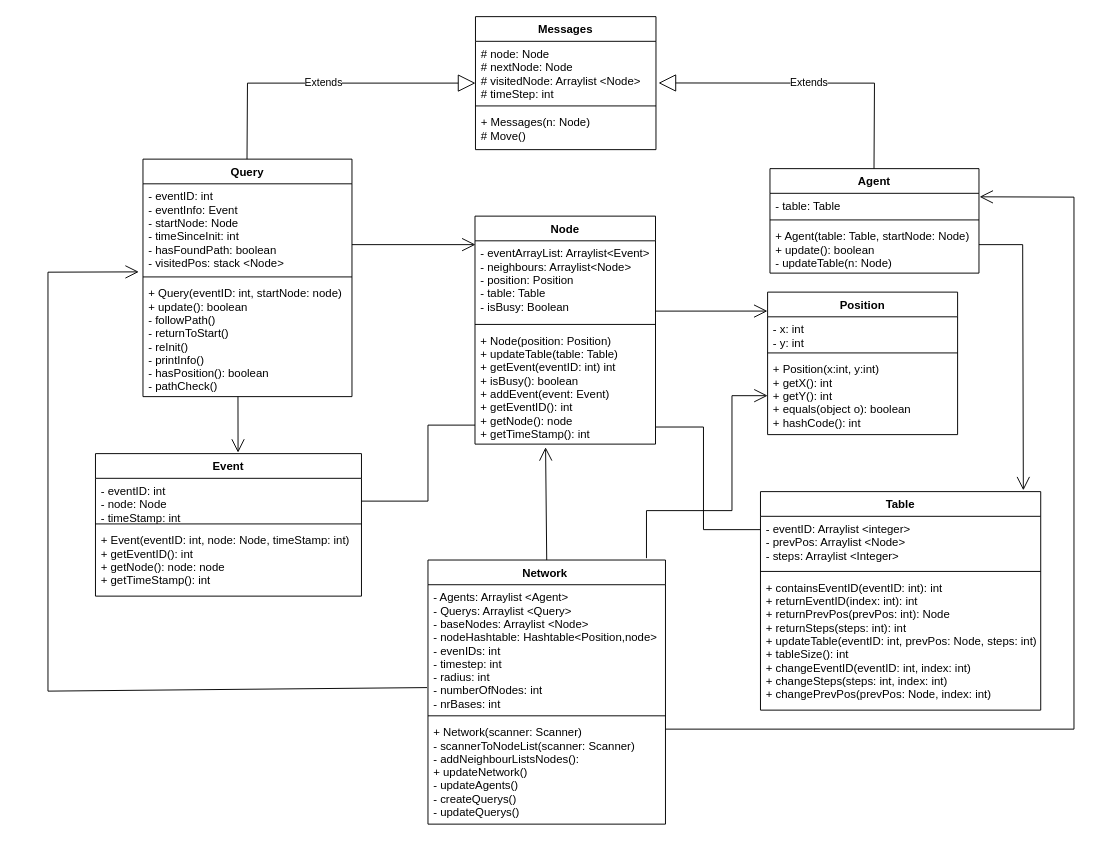
Above: try2.drawio in linusGillarC/matLab (draw.io), before the change. Source tidied: cells renumbered, new cells numbered last; positions are measured from the earlier drawing's top-left corner, leaving out a move shared by most shapes. Both pictures are drawn from the tidied source at 95%, with x=0, y=0 at pixel (48, 16).
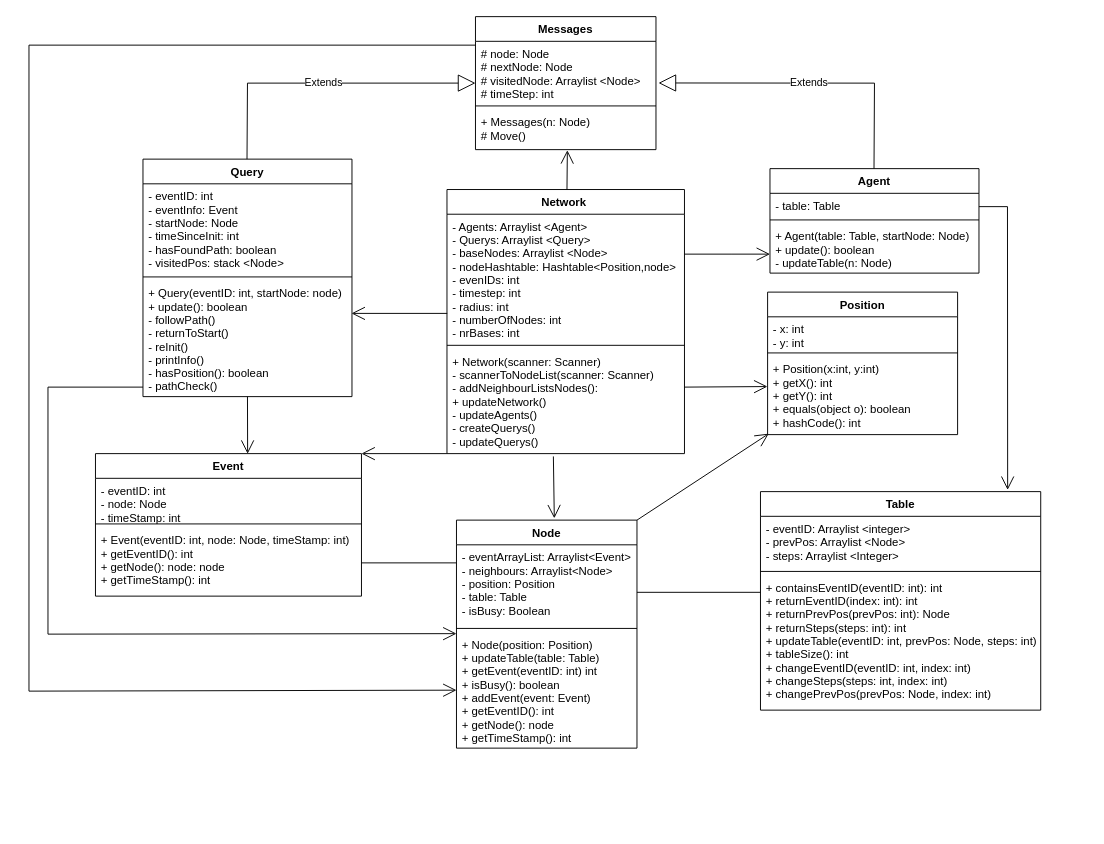
The same page after the edit.

The change refers to these unchanged cells:
```xml
<mxCell id="3" value="# node: Node&#10;# nextNode: Node&#10;# visitedNode: Arraylist &lt;Node&gt;&#10;# timeStep: int&#10;&#10;&#10;" style="text;strokeColor=none;fillColor=none;align=left;verticalAlign=top;spacingLeft=4;spacingRight=4;overflow=hidden;points=[[0,0.5],[1,0.5]];portConstraint=eastwest;" parent="2" vertex="1">
  <mxGeometry y="26" width="190" height="64" as="geometry" />
</mxCell>
<mxCell id="5" value="+ Messages(n: Node)&#10;# Move()&#10;" style="text;strokeColor=none;fillColor=none;align=left;verticalAlign=top;spacingLeft=4;spacingRight=4;overflow=hidden;points=[[0,0.5],[1,0.5]];portConstraint=eastwest;" parent="2" vertex="1">
  <mxGeometry y="98" width="190" height="42" as="geometry" />
</mxCell>
<mxCell id="6" value="Query" style="swimlane;fontStyle=1;align=center;verticalAlign=top;horizontal=1;startSize=26;" parent="1" vertex="1">
  <mxGeometry x="100" y="150" width="220" height="250" as="geometry" />
</mxCell>
<mxCell id="7" value="- eventID: int&#10;- eventInfo: Event&#10;- startNode: Node&#10;- timeSinceInit: int&#10;- hasFoundPath: boolean&#10;- visitedPos: stack &lt;Node&gt;&#10;&#10;" style="text;strokeColor=none;fillColor=none;align=left;verticalAlign=top;spacingLeft=4;spacingRight=4;overflow=hidden;points=[[0,0.5],[1,0.5]];portConstraint=eastwest;" parent="6" vertex="1">
  <mxGeometry y="26" width="220" height="94" as="geometry" />
</mxCell>
<mxCell id="9" value="+ Query(eventID: int, startNode: node)&#10;+ update(): boolean&#10;- followPath()&#10;- returnToStart()&#10;- reInit()&#10;- printInfo()&#10;- hasPosition(): boolean&#10;- pathCheck()&#10;&#10;&#10;" style="text;strokeColor=none;fillColor=none;align=left;verticalAlign=top;spacingLeft=4;spacingRight=4;overflow=hidden;points=[[0,0.5],[1,0.5]];portConstraint=eastwest;" parent="6" vertex="1">
  <mxGeometry y="128" width="220" height="122" as="geometry" />
</mxCell>
<mxCell id="11" value="- table: Table" style="text;strokeColor=none;fillColor=none;align=left;verticalAlign=top;spacingLeft=4;spacingRight=4;overflow=hidden;points=[[0,0.5],[1,0.5]];portConstraint=eastwest;" parent="10" vertex="1">
  <mxGeometry y="26" width="220" height="24" as="geometry" />
</mxCell>
<mxCell id="14" value="Event" style="swimlane;fontStyle=1;align=center;verticalAlign=top;horizontal=1;startSize=26;" parent="1" vertex="1">
  <mxGeometry x="50" y="460" width="280" height="150" as="geometry" />
</mxCell>
<mxCell id="18" value="Position" style="swimlane;fontStyle=1;align=center;verticalAlign=top;horizontal=1;startSize=26;" parent="1" vertex="1">
  <mxGeometry x="757.5" y="290" width="200" height="150" as="geometry" />
</mxCell>
<mxCell id="21" value="+ Position(x:int, y:int)&#10;+ getX(): int&#10;+ getY(): int&#10;+ equals(object o): boolean&#10;+ hashCode(): int" style="text;strokeColor=none;fillColor=none;align=left;verticalAlign=top;spacingLeft=4;spacingRight=4;overflow=hidden;points=[[0,0.5],[1,0.5]];portConstraint=eastwest;" parent="18" vertex="1">
  <mxGeometry y="68" width="200" height="82" as="geometry" />
</mxCell>
<mxCell id="25" value="+ Node(position: Position)&#10;+ updateTable(table: Table)&#10;+ getEvent(eventID: int) int&#10;+ isBusy(): boolean&#10;+ addEvent(event: Event) &#10;+ getEventID(): int&#10;+ getNode(): node&#10;+ getTimeStamp(): int" style="text;strokeColor=none;fillColor=none;align=left;verticalAlign=top;spacingLeft=4;spacingRight=4;overflow=hidden;points=[[0,0.5],[1,0.5]];portConstraint=eastwest;" parent="22" vertex="1">
  <mxGeometry y="118" width="190" height="122" as="geometry" />
</mxCell>
<mxCell id="26" value="Table" style="swimlane;fontStyle=1;align=center;verticalAlign=top;horizontal=1;startSize=26;" parent="1" vertex="1">
  <mxGeometry x="750" y="500" width="295" height="230" as="geometry" />
</mxCell>
<mxCell id="31" value="- Agents: Arraylist &lt;Agent&gt;&#10;- Querys: Arraylist &lt;Query&gt;&#10;- baseNodes: Arraylist &lt;Node&gt;&#10;- nodeHashtable: Hashtable&lt;Position,node&gt;&#10;- evenIDs: int&#10;- timestep: int&#10;- radius: int&#10;- numberOfNodes: int&#10;- nrBases: int" style="text;strokeColor=none;fillColor=none;align=left;verticalAlign=top;spacingLeft=4;spacingRight=4;overflow=hidden;points=[[0,0.5],[1,0.5]];portConstraint=eastwest;" parent="30" vertex="1">
  <mxGeometry y="26" width="250" height="134" as="geometry" />
</mxCell>
<mxCell id="33" value="+ Network(scanner: Scanner)&#10;- scannerToNodeList(scanner: Scanner)&#10;- addNeighbourListsNodes():&#10;+ updateNetwork()&#10;- updateAgents()&#10;- createQuerys()&#10;- updateQuerys()" style="text;strokeColor=none;fillColor=none;align=left;verticalAlign=top;spacingLeft=4;spacingRight=4;overflow=hidden;points=[[0,0.5],[1,0.5]];portConstraint=eastwest;" parent="30" vertex="1">
  <mxGeometry y="168" width="250" height="110" as="geometry" />
</mxCell>
```

The edit, as a diff of the source:
```diff
@@
     <mxCell id="22" value="Node" style="swimlane;fontStyle=1;align=center;verticalAlign=top;horizontal=1;startSize=26;" parent="1" vertex="1">
-      <mxGeometry x="449.5" y="210" width="190" height="240" as="geometry" />
+      <mxGeometry x="430" y="530" width="190" height="240" as="geometry" />
     </mxCell>
@@
     <mxCell id="30" value="Network " style="swimlane;fontStyle=1;align=center;verticalAlign=top;horizontal=1;startSize=26;" parent="1" vertex="1">
-      <mxGeometry x="400" y="572" width="250" height="278" as="geometry" />
+      <mxGeometry x="420" y="182" width="250" height="278" as="geometry" />
     </mxCell>
@@
-    <mxCell id="36" style="endArrow=open;endFill=1;endSize=12;html=1;rounded=0;entryX=0;entryY=0.5;entryDx=0;entryDy=0;" parent="1" edge="1" target="21">
-      <mxGeometry relative="1" as="geometry">
-        <mxPoint x="630" y="570" as="sourcePoint" />
-        <Array as="points">
-          <mxPoint x="630" y="520" />
-          <mxPoint x="720" y="520" />
-          <mxPoint x="720" y="399" />
-        </Array>
-      </mxGeometry>
-    </mxCell>
-    <mxCell id="37" style="endArrow=open;endFill=1;endSize=12;html=1;rounded=0;entryX=0.938;entryY=-0.006;entryDx=0;entryDy=0;entryPerimeter=0;" parent="1" edge="1" target="26">
-      <mxGeometry relative="1" as="geometry">
-        <mxPoint x="980" y="240" as="sourcePoint" />
-        <Array as="points">
-          <mxPoint x="1026" y="240" />
-        </Array>
-      </mxGeometry>
-    </mxCell>
-    <mxCell id="38" style="endArrow=open;endFill=1;endSize=12;html=1;rounded=0;exitX=-0.004;exitY=0.808;exitDx=0;exitDy=0;exitPerimeter=0;entryX=-0.02;entryY=0.986;entryDx=0;entryDy=0;entryPerimeter=0;" parent="1" edge="1" source="31" target="7">
-      <mxGeometry relative="1" as="geometry">
-        <Array as="points">
-          <mxPoint y="710" />
-          <mxPoint y="269" />
-        </Array>
-      </mxGeometry>
-    </mxCell>
-    <mxCell id="39" style="endArrow=open;endFill=1;endSize=12;html=1;rounded=0;entryX=0.536;entryY=-0.007;entryDx=0;entryDy=0;entryPerimeter=0;" parent="1" edge="1" target="14">
-      <mxGeometry relative="1" as="geometry">
-        <mxPoint x="200" y="400" as="sourcePoint" />
-      </mxGeometry>
-    </mxCell>
-    <mxCell id="40" style="endArrow=open;endFill=1;endSize=12;html=1;rounded=0;entryX=-0.001;entryY=0.133;entryDx=0;entryDy=0;entryPerimeter=0;" parent="1" edge="1" target="18">
-      <mxGeometry relative="1" as="geometry">
-        <mxPoint x="639.5" y="310" as="sourcePoint" />
-      </mxGeometry>
-    </mxCell>
-    <mxCell id="41" style="endArrow=open;endFill=1;endSize=12;html=1;rounded=0;" parent="1" edge="1">
-      <mxGeometry relative="1" as="geometry">
-        <mxPoint x="320" y="240" as="sourcePoint" />
-        <mxPoint x="450" y="240" as="targetPoint" />
-      </mxGeometry>
-    </mxCell>
-    <mxCell id="42" style="endArrow=none;html=1;edgeStyle=orthogonalEdgeStyle;rounded=0;" parent="1" edge="1">
-      <mxGeometry relative="1" as="geometry">
-        <mxPoint x="640" y="432" as="sourcePoint" />
-        <mxPoint x="750" y="540" as="targetPoint" />
-        <Array as="points">
-          <mxPoint x="690" y="432" />
-          <mxPoint x="690" y="540" />
-        </Array>
-      </mxGeometry>
-    </mxCell>
-    <mxCell id="43" style="endArrow=open;endFill=1;endSize=12;html=1;rounded=0;entryX=1.003;entryY=0.153;entryDx=0;entryDy=0;entryPerimeter=0;" parent="1" edge="1" target="11">
-      <mxGeometry relative="1" as="geometry">
-        <mxPoint x="650" y="750" as="sourcePoint" />
-        <Array as="points">
-          <mxPoint x="1080" y="750" />
-          <mxPoint x="1080" y="190" />
-        </Array>
-      </mxGeometry>
-    </mxCell>
-    <mxCell id="44" style="endArrow=open;endFill=1;endSize=12;html=1;rounded=0;exitX=0.5;exitY=0;exitDx=0;exitDy=0;entryX=0.391;entryY=1.027;entryDx=0;entryDy=0;entryPerimeter=0;" parent="1" edge="1" source="30" target="25">
-      <mxGeometry relative="1" as="geometry" />
-    </mxCell>
-    <mxCell id="45" style="endArrow=none;html=1;edgeStyle=orthogonalEdgeStyle;rounded=0;" parent="1" edge="1" target="25">
-      <mxGeometry relative="1" as="geometry">
-        <mxPoint x="330" y="510" as="sourcePoint" />
-        <Array as="points">
-          <mxPoint x="400" y="510" />
-          <mxPoint x="400" y="430" />
-        </Array>
-      </mxGeometry>
-    </mxCell>
+    <mxCell id="46" style="endArrow=open;endFill=1;endSize=12;html=1;rounded=0;exitX=0.001;exitY=0.779;exitDx=0;exitDy=0;exitPerimeter=0;entryX=0.998;entryY=0.282;entryDx=0;entryDy=0;entryPerimeter=0;" parent="1" edge="1" source="31" target="9">
+      <mxGeometry relative="1" as="geometry" />
+    </mxCell>
+    <mxCell id="47" style="endArrow=open;endFill=1;endSize=12;html=1;rounded=0;" parent="1" edge="1">
+      <mxGeometry relative="1" as="geometry">
+        <mxPoint x="670" y="250" as="sourcePoint" />
+        <mxPoint x="760" y="250" as="targetPoint" />
+        <Array as="points">
+          <mxPoint x="720" y="250" />
+        </Array>
+      </mxGeometry>
+    </mxCell>
+    <mxCell id="48" style="endArrow=open;endFill=1;endSize=12;html=1;rounded=0;entryX=0.509;entryY=1.016;entryDx=0;entryDy=0;entryPerimeter=0;" parent="1" edge="1" source="30" target="5">
+      <mxGeometry relative="1" as="geometry" />
+    </mxCell>
+    <mxCell id="49" style="endArrow=open;endFill=1;endSize=12;html=1;rounded=0;entryX=-0.001;entryY=0.383;entryDx=0;entryDy=0;entryPerimeter=0;" parent="1" edge="1" target="21">
+      <mxGeometry relative="1" as="geometry">
+        <mxPoint x="670" y="390" as="sourcePoint" />
+      </mxGeometry>
+    </mxCell>
+    <mxCell id="50" style="endArrow=open;endFill=1;endSize=12;html=1;rounded=0;exitX=0;exitY=1;exitDx=0;exitDy=0;exitPerimeter=0;" parent="1" edge="1" source="33">
+      <mxGeometry relative="1" as="geometry">
+        <mxPoint x="330" y="460" as="targetPoint" />
+      </mxGeometry>
+    </mxCell>
+    <mxCell id="51" style="endArrow=open;endFill=1;endSize=12;html=1;rounded=0;exitX=0.448;exitY=1.027;exitDx=0;exitDy=0;exitPerimeter=0;entryX=0.542;entryY=-0.008;entryDx=0;entryDy=0;entryPerimeter=0;" parent="1" edge="1" source="33" target="22">
+      <mxGeometry relative="1" as="geometry" />
+    </mxCell>
+    <mxCell id="52" style="endArrow=open;endFill=1;endSize=12;html=1;rounded=0;exitX=0.5;exitY=1;exitDx=0;exitDy=0;entryX=0.572;entryY=0.001;entryDx=0;entryDy=0;entryPerimeter=0;" parent="1" edge="1" source="6" target="14">
+      <mxGeometry relative="1" as="geometry" />
+    </mxCell>
+    <mxCell id="53" style="endArrow=open;endFill=1;endSize=12;html=1;rounded=0;" parent="1" edge="1">
+      <mxGeometry relative="1" as="geometry">
+        <mxPoint x="100" y="390" as="sourcePoint" />
+        <mxPoint x="430" y="649.5" as="targetPoint" />
+        <Array as="points">
+          <mxPoint y="390" />
+          <mxPoint y="650" />
+        </Array>
+      </mxGeometry>
+    </mxCell>
+    <mxCell id="54" style="endArrow=open;endFill=1;endSize=12;html=1;rounded=0;entryX=0.006;entryY=0.988;entryDx=0;entryDy=0;entryPerimeter=0;" parent="1" edge="1" target="21">
+      <mxGeometry relative="1" as="geometry">
+        <mxPoint x="620" y="530" as="sourcePoint" />
+      </mxGeometry>
+    </mxCell>
+    <mxCell id="55" style="endArrow=open;endFill=1;endSize=12;html=1;rounded=0;entryX=0.882;entryY=-0.008;entryDx=0;entryDy=0;entryPerimeter=0;" parent="1" edge="1" target="26">
+      <mxGeometry relative="1" as="geometry">
+        <mxPoint x="980" y="200" as="sourcePoint" />
+        <Array as="points">
+          <mxPoint x="1010" y="200" />
+        </Array>
+      </mxGeometry>
+    </mxCell>
+    <mxCell id="56" style="line;strokeWidth=1;fillColor=none;align=left;verticalAlign=middle;spacingTop=-1;spacingLeft=3;spacingRight=3;labelPosition=right;" parent="1" vertex="1">
+      <mxGeometry x="330" y="570" width="100" height="10" as="geometry" />
+    </mxCell>
+    <mxCell id="57" style="line;strokeWidth=1;fillColor=none;align=left;verticalAlign=middle;spacingTop=-1;spacingLeft=3;spacingRight=3;labelPosition=right;" parent="1" vertex="1">
+      <mxGeometry x="620" y="602" width="130" height="8" as="geometry" />
+    </mxCell>
+    <mxCell id="58" style="endArrow=open;endFill=1;endSize=12;html=1;rounded=0;exitX=0;exitY=0.063;exitDx=0;exitDy=0;exitPerimeter=0;entryX=0;entryY=0.5;entryDx=0;entryDy=0;" parent="1" edge="1" source="3" target="25">
+      <mxGeometry relative="1" as="geometry">
+        <Array as="points">
+          <mxPoint x="-20" y="30" />
+          <mxPoint x="-20" y="710" />
+        </Array>
+      </mxGeometry>
+    </mxCell>
```
